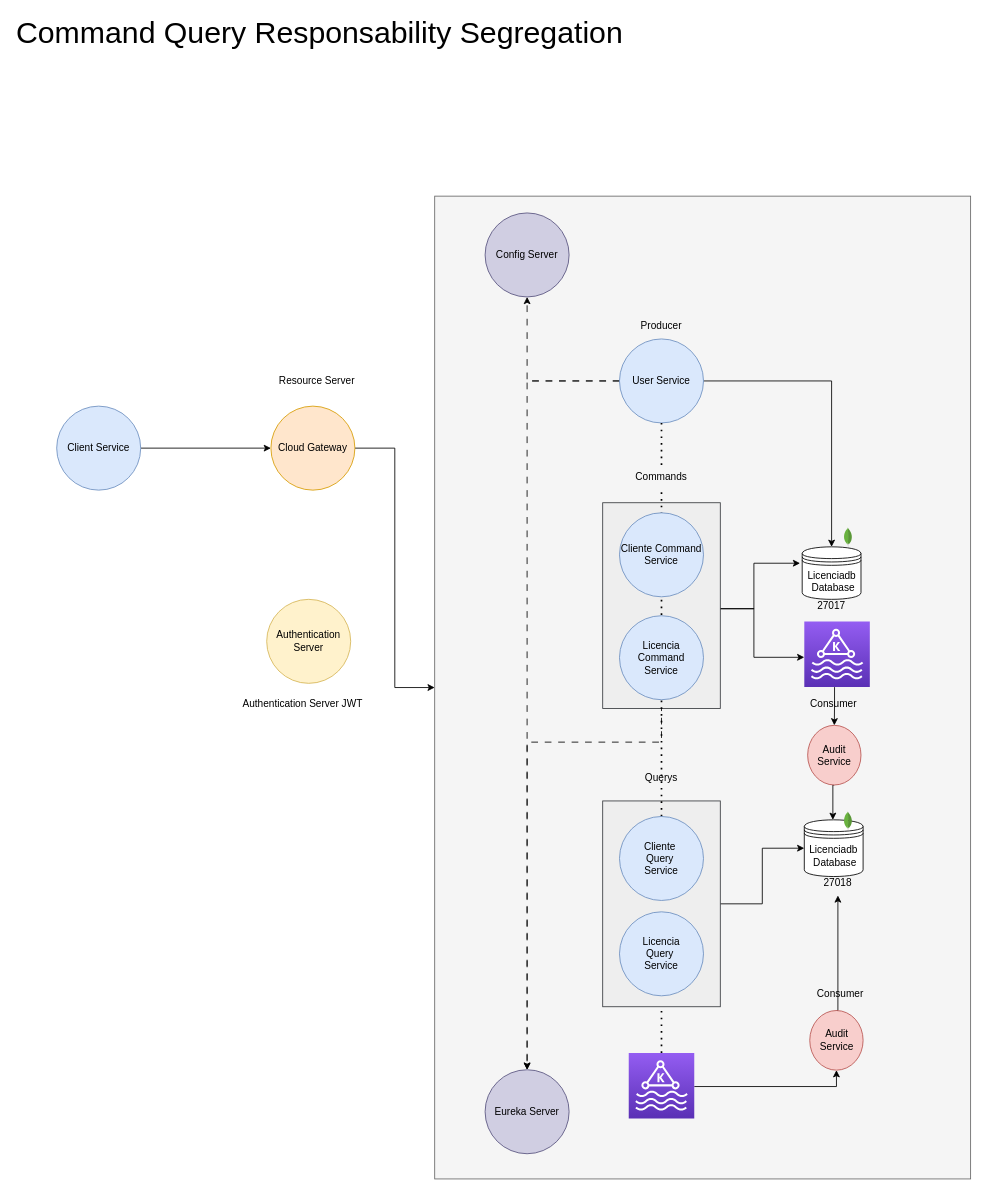
Earlier version of the draw.io diagram Arquitectura Proyecto - Licencia Conducir.drawio (hjara/mscloud-mito). Source tidied: cells renumbered, new cells numbered last; positions are measured from the earlier drawing's top-left corner, leaving out a move shared by most shapes. Both pictures are drawn from the tidied source at 84%, with x=0, y=0 at pixel (14, 19).
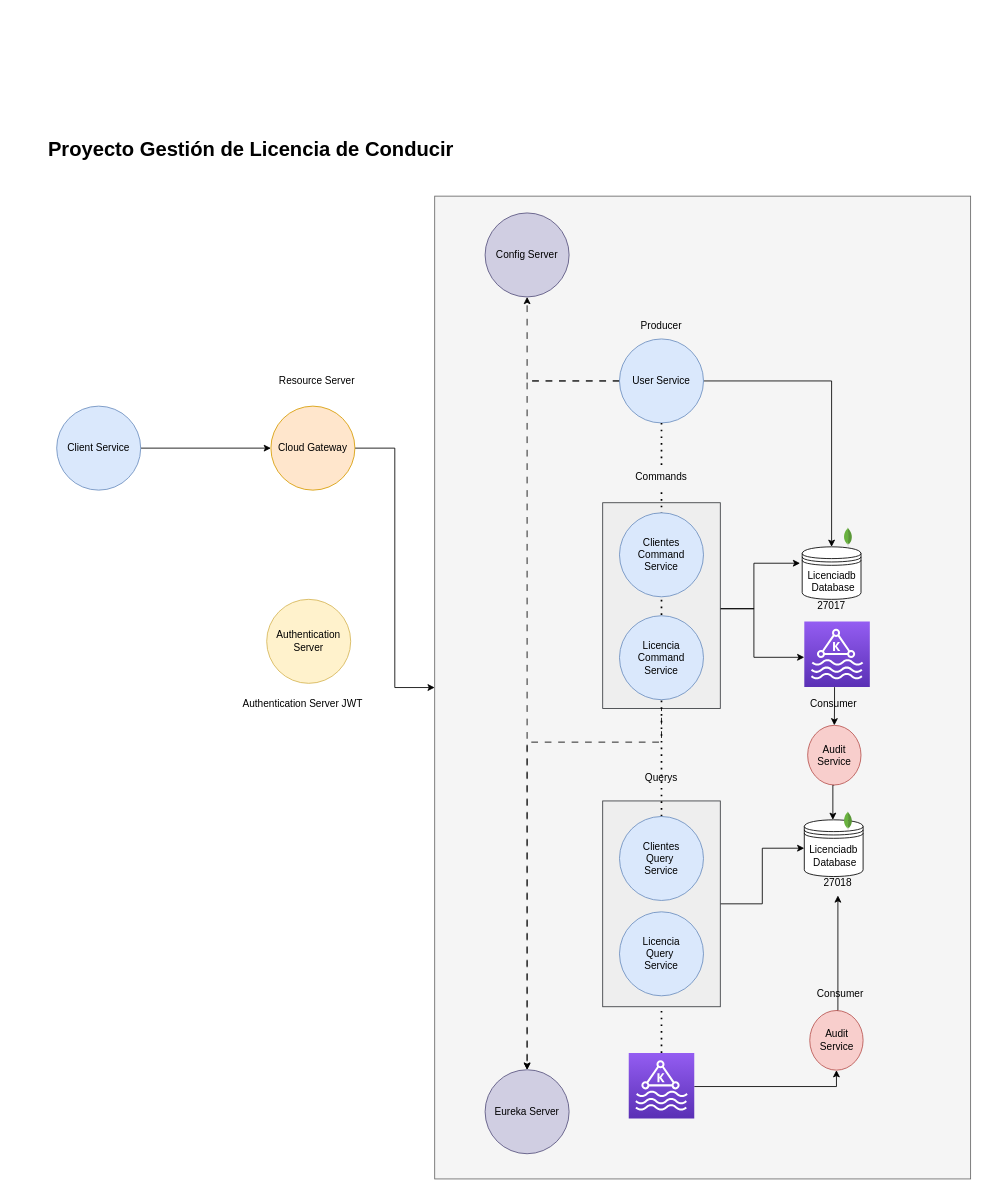
After the change.

Diff of the diagram source:
```diff
@@
-    <mxCell id="25" value="&lt;font style=&quot;font-size: 36px;&quot;&gt;Command Query Responsability Segregation&lt;/font&gt;" style="text;html=1;strokeColor=none;fillColor=none;align=left;verticalAlign=middle;whiteSpace=wrap;rounded=0;" parent="1" vertex="1">
-      <mxGeometry width="790" height="30" as="geometry" />
+    <mxCell id="25" value="&lt;h1&gt;Proyecto Gestión de Licencia de Conducir&lt;/h1&gt;" style="text;html=1;strokeColor=none;fillColor=none;align=left;verticalAlign=middle;whiteSpace=wrap;rounded=0;" parent="1" vertex="1">
+      <mxGeometry x="38" y="140" width="790" height="30" as="geometry" />
     </mxCell>
@@
-    <mxCell id="35" value="&lt;div&gt;Cliente&amp;nbsp;&lt;/div&gt;&lt;div&gt;Query&amp;nbsp;&lt;/div&gt;&lt;div&gt;Service&lt;/div&gt;" style="ellipse;whiteSpace=wrap;html=1;fillColor=#dae8fc;strokeColor=#6c8ebf;" parent="1" vertex="1">
+    <mxCell id="35" value="&lt;div&gt;Clientes &lt;br&gt;&lt;/div&gt;&lt;div&gt;Query&amp;nbsp;&lt;/div&gt;&lt;div&gt;Service&lt;/div&gt;" style="ellipse;whiteSpace=wrap;html=1;fillColor=#dae8fc;strokeColor=#6c8ebf;" parent="1" vertex="1">
       <mxGeometry x="720" y="948.5" width="100" height="100" as="geometry" />
     </mxCell>
@@
-    <mxCell id="38" value="Cliente Command Service" style="ellipse;whiteSpace=wrap;html=1;fillColor=#dae8fc;strokeColor=#6c8ebf;" parent="1" vertex="1">
+    <mxCell id="38" value="Clientes Command Service" style="ellipse;whiteSpace=wrap;html=1;fillColor=#dae8fc;strokeColor=#6c8ebf;" parent="1" vertex="1">
       <mxGeometry x="720" y="587" width="100" height="100" as="geometry" />
     </mxCell>
```
